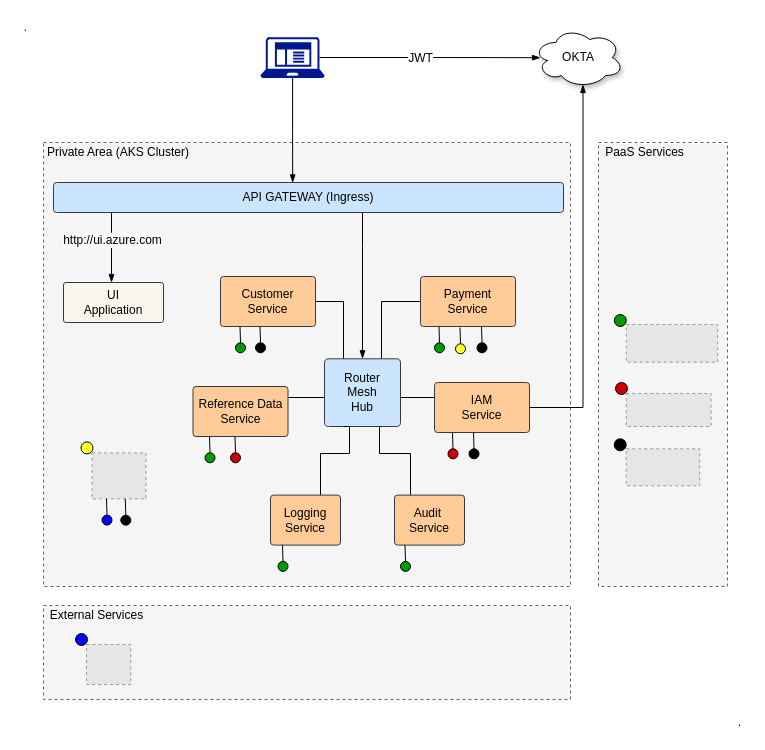
Before: page "Architecture" (1 of 4) of _images/High-Level_Design.drawio in aytekinyaliz/ylz-lh-infra, a draw.io diagram. Source tidied: cells renumbered, new cells numbered last; positions are measured from the earlier drawing's top-left corner, leaving out a move shared by most shapes. Both pictures are drawn from the tidied source at 100%, with x=0, y=0 at pixel (17, 16). Pictures stored in the file or linked from it are replaced by grey dashed boxes.
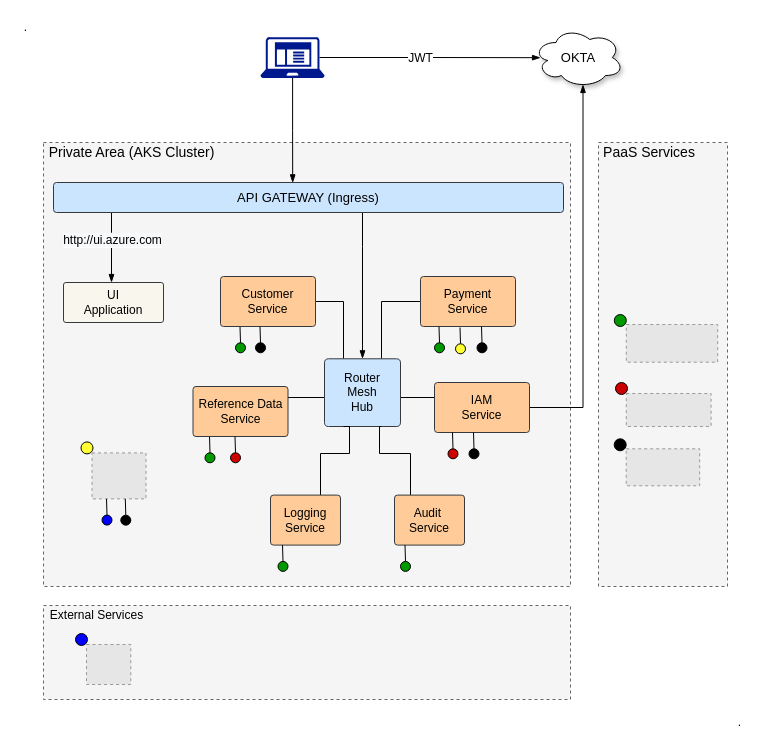
Above is the later version.

The edit, as a diff of the source:
```diff
@@
-    <mxCell id="5" value="Private Area (AKS Cluster)" style="text;html=1;strokeColor=none;fillColor=none;align=center;verticalAlign=middle;whiteSpace=wrap;rounded=0;shadow=1;dashed=1;" parent="1" vertex="1">
-      <mxGeometry x="26" y="126" width="150" height="20" as="geometry" />
+    <mxCell id="5" value="Private Area (AKS Cluster)" style="text;html=1;strokeColor=none;fillColor=none;align=center;verticalAlign=middle;whiteSpace=wrap;rounded=0;shadow=1;dashed=1;fontSize=14;" parent="1" vertex="1">
+      <mxGeometry x="26" y="126" width="177" height="20" as="geometry" />
     </mxCell>
@@
-    <mxCell id="9" value="API GATEWAY (Ingress)" style="rounded=1;whiteSpace=wrap;html=1;shadow=0;fillColor=#cce5ff;strokeColor=#36393d;arcSize=10;" parent="1" vertex="1">
+    <mxCell id="9" value="API GATEWAY (Ingress)" style="rounded=1;whiteSpace=wrap;html=1;shadow=0;fillColor=#cce5ff;strokeColor=#36393d;arcSize=10;fontSize=13;" parent="1" vertex="1">
       <mxGeometry x="36" y="166" width="510" height="30" as="geometry" />
     </mxCell>
@@
-    <mxCell id="11" value="OKTA" style="ellipse;shape=cloud;whiteSpace=wrap;html=1;shadow=1;fillColor=#FFFFFF;" parent="1" vertex="1">
+    <mxCell id="11" value="OKTA" style="ellipse;shape=cloud;whiteSpace=wrap;html=1;shadow=1;fillColor=#FFFFFF;fontSize=13;" parent="1" vertex="1">
       <mxGeometry x="516" y="11" width="90" height="60" as="geometry" />
     </mxCell>
@@
-    <mxCell id="16" value="PaaS Services" style="text;html=1;strokeColor=none;fillColor=none;align=center;verticalAlign=middle;whiteSpace=wrap;rounded=0;shadow=1;dashed=1;" parent="1" vertex="1">
-      <mxGeometry x="581" y="126" width="93" height="20" as="geometry" />
+    <mxCell id="16" value="PaaS Services" style="text;html=1;strokeColor=none;fillColor=none;align=center;verticalAlign=middle;whiteSpace=wrap;rounded=0;shadow=1;dashed=1;fontSize=14;" parent="1" vertex="1">
+      <mxGeometry x="581" y="126" width="102" height="20" as="geometry" />
     </mxCell>
```
